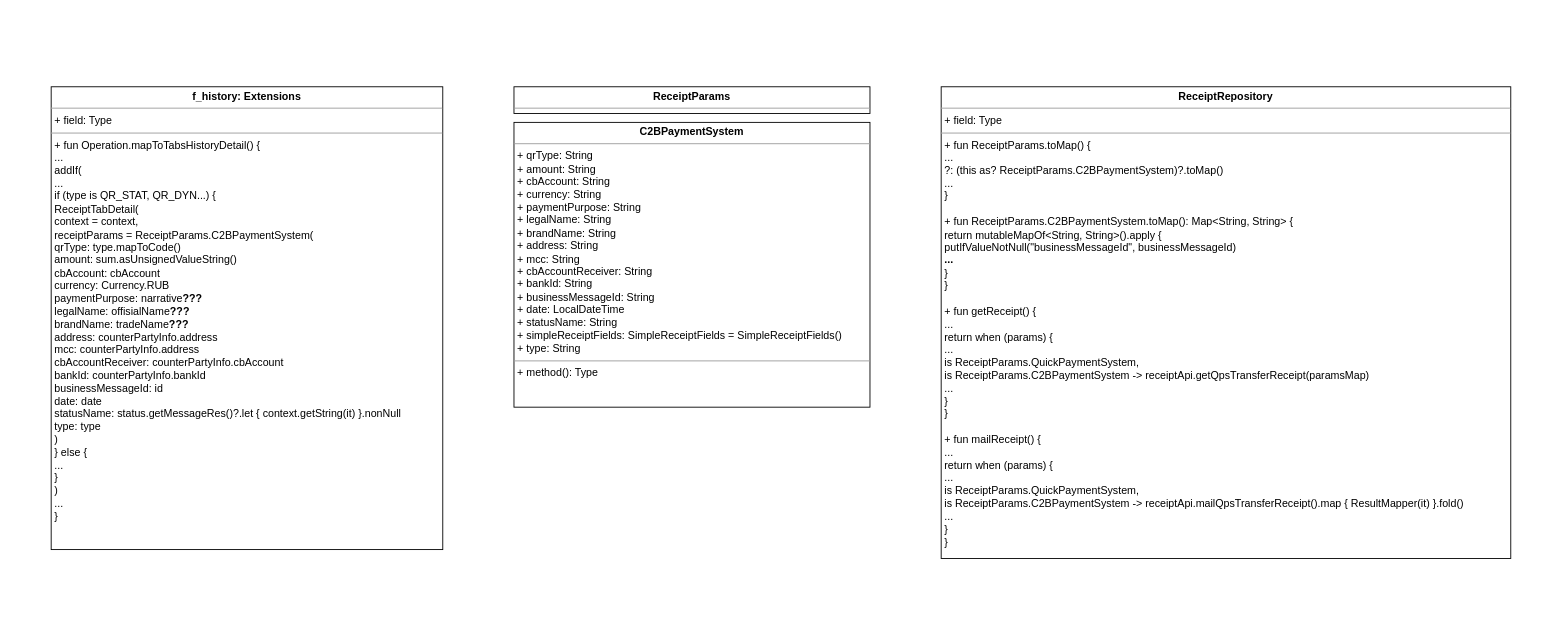
Above: UNI-15154.drawio in ShiryaevNikolay/diagrams (draw.io), before the change. Source tidied: cells renumbered, new cells numbered last; positions are measured from the earlier drawing's top-left corner, leaving out a move shared by most shapes. Both pictures are drawn from the tidied source at 89%, with x=0, y=0 at pixel (51, 86).
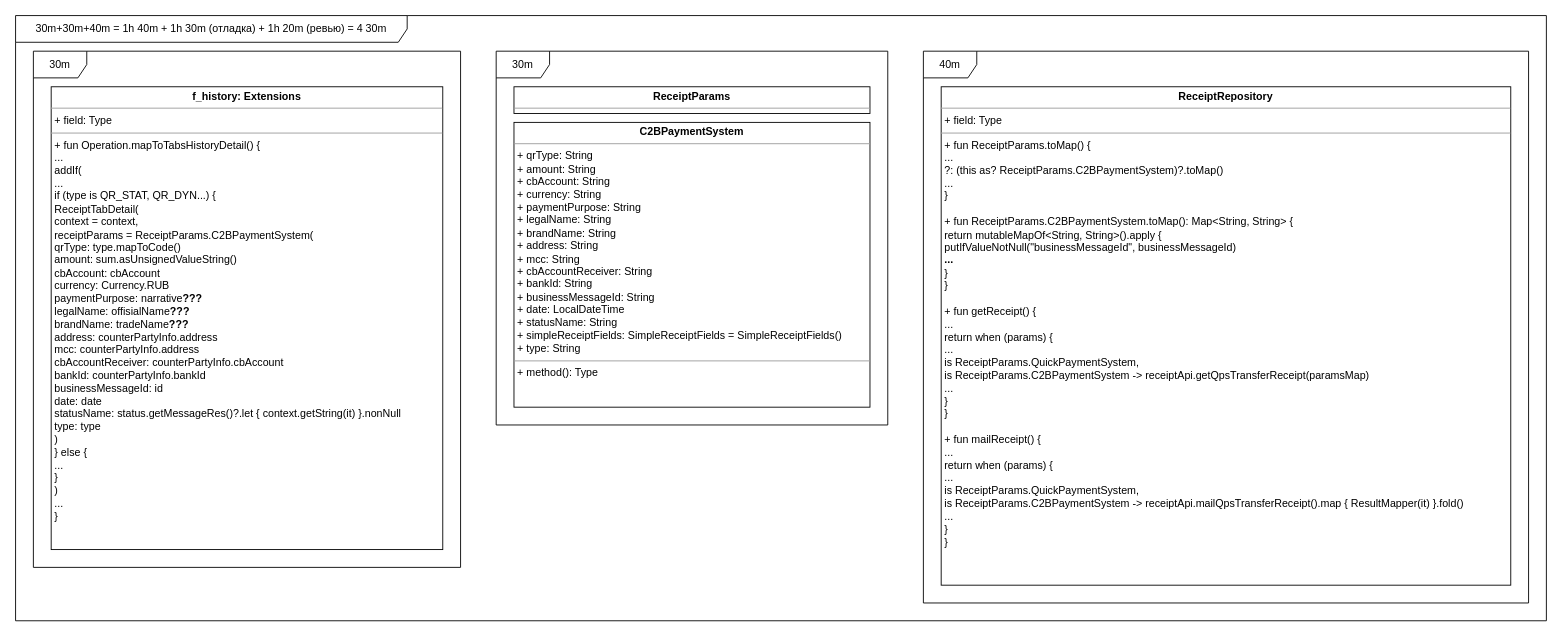
Above is the later version.

The edit, as a diff of the source:
```diff
@@
 <mxGraphModel>
   <root>
     <mxCell id="0" />
     <mxCell id="1" parent="0" />
     <mxCell id="2" value="&lt;p style=&quot;margin: 0px ; margin-top: 4px ; text-align: center&quot;&gt;&lt;b&gt;f_history: Extensions&lt;br&gt;&lt;/b&gt;&lt;/p&gt;&lt;hr size=&quot;1&quot;&gt;&lt;p style=&quot;margin: 0px ; margin-left: 4px&quot;&gt;+ field: Type&lt;/p&gt;&lt;hr size=&quot;1&quot;&gt;&lt;p style=&quot;margin: 0px ; margin-left: 4px&quot;&gt;+ fun Operation.mapToTabsHistoryDetail() {&lt;/p&gt;&lt;p style=&quot;margin: 0px ; margin-left: 4px&quot;&gt;...&lt;/p&gt;&lt;p style=&quot;margin: 0px ; margin-left: 4px&quot;&gt;addIf(&lt;/p&gt;&lt;p style=&quot;margin: 0px ; margin-left: 4px&quot;&gt;...&lt;/p&gt;&lt;p style=&quot;margin: 0px ; margin-left: 4px&quot;&gt;if (type is QR_STAT, QR_DYN...) {&lt;/p&gt;&lt;p style=&quot;margin: 0px ; margin-left: 4px&quot;&gt;ReceiptTabDetail(&lt;br&gt;context = context,&lt;br&gt;receiptParams = ReceiptParams.C2BPaymentSystem(&lt;br&gt;qrType: type.mapToCode()&lt;/p&gt;&lt;p style=&quot;margin: 0px ; margin-left: 4px&quot;&gt;amount: sum.asUnsignedValueString()&lt;/p&gt;&lt;p style=&quot;margin: 0px ; margin-left: 4px&quot;&gt;cbAccount: cbAccount&lt;/p&gt;&lt;p style=&quot;margin: 0px ; margin-left: 4px&quot;&gt;currency: Currency.RUB&lt;/p&gt;&lt;p style=&quot;margin: 0px ; margin-left: 4px&quot;&gt;paymentPurpose: narrative&lt;b&gt;???&lt;/b&gt;&lt;/p&gt;&lt;p style=&quot;margin: 0px ; margin-left: 4px&quot;&gt;legalName: offisialName&lt;b&gt;???&lt;/b&gt;&lt;/p&gt;&lt;p style=&quot;margin: 0px ; margin-left: 4px&quot;&gt;brandName: tradeName&lt;b&gt;???&lt;/b&gt;&lt;/p&gt;&lt;p style=&quot;margin: 0px ; margin-left: 4px&quot;&gt;address: counterPartyInfo.address&lt;/p&gt;&lt;p style=&quot;margin: 0px ; margin-left: 4px&quot;&gt;mcc: counterPartyInfo.address&lt;/p&gt;&lt;p style=&quot;margin: 0px ; margin-left: 4px&quot;&gt;cbAccountReceiver: counterPartyInfo.cbAccount&lt;/p&gt;&lt;p style=&quot;margin: 0px ; margin-left: 4px&quot;&gt;bankId: counterPartyInfo.bankId&lt;/p&gt;&lt;p style=&quot;margin: 0px ; margin-left: 4px&quot;&gt;businessMessageId: id&lt;/p&gt;&lt;p style=&quot;margin: 0px ; margin-left: 4px&quot;&gt;date: date&lt;/p&gt;&lt;p style=&quot;margin: 0px ; margin-left: 4px&quot;&gt;statusName: status.getMessageRes()?.let { context.getString(it) }.nonNull&lt;/p&gt;&lt;p style=&quot;margin: 0px ; margin-left: 4px&quot;&gt;type: type&lt;br&gt;&lt;/p&gt;&lt;p style=&quot;margin: 0px ; margin-left: 4px&quot;&gt;)&lt;br&gt;&lt;/p&gt;&lt;p style=&quot;margin: 0px ; margin-left: 4px&quot;&gt;} else {&lt;/p&gt;&lt;p style=&quot;margin: 0px ; margin-left: 4px&quot;&gt;...&lt;br&gt;&lt;/p&gt;&lt;p style=&quot;margin: 0px ; margin-left: 4px&quot;&gt;}&lt;br&gt;&lt;/p&gt;&lt;p style=&quot;margin: 0px ; margin-left: 4px&quot;&gt;)&lt;br&gt;&lt;/p&gt;&lt;p style=&quot;margin: 0px ; margin-left: 4px&quot;&gt;...&lt;br&gt;&lt;/p&gt;&lt;p style=&quot;margin: 0px ; margin-left: 4px&quot;&gt;}&lt;br&gt;&lt;/p&gt;" style="verticalAlign=top;align=left;overflow=fill;fontSize=12;fontFamily=Helvetica;html=1;" parent="1" vertex="1">
       <mxGeometry width="440" height="520" as="geometry" />
     </mxCell>
     <mxCell id="3" value="&lt;p style=&quot;margin: 0px ; margin-top: 4px ; text-align: center&quot;&gt;&lt;b&gt;ReceiptParams&lt;/b&gt;&lt;/p&gt;&lt;hr size=&quot;1&quot;&gt;&lt;p style=&quot;margin: 0px ; margin-left: 4px&quot;&gt;+ field: Type&lt;/p&gt;&lt;hr size=&quot;1&quot;&gt;&lt;p style=&quot;margin: 0px ; margin-left: 4px&quot;&gt;+ method(): Type&lt;/p&gt;" style="verticalAlign=top;align=left;overflow=fill;fontSize=12;fontFamily=Helvetica;html=1;" parent="1" vertex="1">
       <mxGeometry x="520" width="400" height="30" as="geometry" />
     </mxCell>
     <mxCell id="4" value="&lt;p style=&quot;margin: 0px ; margin-top: 4px ; text-align: center&quot;&gt;&lt;b&gt;C2BPaymentSystem&lt;/b&gt;&lt;/p&gt;&lt;hr size=&quot;1&quot;&gt;&lt;p style=&quot;margin: 0px ; margin-left: 4px&quot;&gt;+ qrType: String&lt;/p&gt;&lt;p style=&quot;margin: 0px ; margin-left: 4px&quot;&gt;+ amount: String&lt;/p&gt;&lt;p style=&quot;margin: 0px ; margin-left: 4px&quot;&gt;+ cbAccount: String&lt;/p&gt;&lt;p style=&quot;margin: 0px ; margin-left: 4px&quot;&gt;+ currency: String&lt;/p&gt;&lt;p style=&quot;margin: 0px ; margin-left: 4px&quot;&gt;+ paymentPurpose: String&lt;/p&gt;&lt;p style=&quot;margin: 0px ; margin-left: 4px&quot;&gt;+ legalName: String&lt;/p&gt;&lt;p style=&quot;margin: 0px ; margin-left: 4px&quot;&gt;+ brandName: String&lt;/p&gt;&lt;p style=&quot;margin: 0px ; margin-left: 4px&quot;&gt;+ address: String&lt;/p&gt;&lt;p style=&quot;margin: 0px ; margin-left: 4px&quot;&gt;+ mcc: String&lt;/p&gt;&lt;p style=&quot;margin: 0px ; margin-left: 4px&quot;&gt;+ cbAccountReceiver: String&lt;/p&gt;&lt;p style=&quot;margin: 0px ; margin-left: 4px&quot;&gt;+ bankId: String&lt;/p&gt;&lt;p style=&quot;margin: 0px ; margin-left: 4px&quot;&gt;+ businessMessageId: String&lt;/p&gt;&lt;p style=&quot;margin: 0px ; margin-left: 4px&quot;&gt;+ date: LocalDateTime&lt;/p&gt;&lt;p style=&quot;margin: 0px ; margin-left: 4px&quot;&gt;+ statusName: String&lt;/p&gt;&lt;p style=&quot;margin: 0px ; margin-left: 4px&quot;&gt;+ simpleReceiptFields: SimpleReceiptFields = SimpleReceiptFields()&lt;/p&gt;&lt;p style=&quot;margin: 0px ; margin-left: 4px&quot;&gt;+ type: String&lt;br&gt;&lt;/p&gt;&lt;hr size=&quot;1&quot;&gt;&lt;p style=&quot;margin: 0px ; margin-left: 4px&quot;&gt;+ method(): Type&lt;/p&gt;" style="verticalAlign=top;align=left;overflow=fill;fontSize=12;fontFamily=Helvetica;html=1;" parent="1" vertex="1">
       <mxGeometry x="520" y="40" width="400" height="320" as="geometry" />
     </mxCell>
     <mxCell id="5" value="&lt;p style=&quot;margin: 0px ; margin-top: 4px ; text-align: center&quot;&gt;&lt;b&gt;ReceiptRepository&lt;/b&gt;&lt;/p&gt;&lt;hr size=&quot;1&quot;&gt;&lt;p style=&quot;margin: 0px ; margin-left: 4px&quot;&gt;+ field: Type&lt;/p&gt;&lt;hr size=&quot;1&quot;&gt;&lt;p style=&quot;margin: 0px ; margin-left: 4px&quot;&gt;+ fun ReceiptParams.toMap() {&lt;/p&gt;&lt;p style=&quot;margin: 0px ; margin-left: 4px&quot;&gt;...&lt;/p&gt;&lt;p style=&quot;margin: 0px ; margin-left: 4px&quot;&gt;?: (this as? ReceiptParams.C2BPaymentSystem)?.toMap()&lt;br&gt;&lt;/p&gt;&lt;p style=&quot;margin: 0px ; margin-left: 4px&quot;&gt;...&lt;br&gt;&lt;/p&gt;&lt;p style=&quot;margin: 0px ; margin-left: 4px&quot;&gt;}&lt;/p&gt;&lt;p style=&quot;margin: 0px ; margin-left: 4px&quot;&gt;&lt;br&gt;&lt;/p&gt;&lt;p style=&quot;margin: 0px ; margin-left: 4px&quot;&gt;+ fun ReceiptParams.C2BPaymentSystem.toMap(): Map&amp;lt;String, String&amp;gt; {&lt;/p&gt;&lt;p style=&quot;margin: 0px ; margin-left: 4px&quot;&gt;return mutableMapOf&amp;lt;String, String&amp;gt;().apply {&lt;/p&gt;&lt;p style=&quot;margin: 0px ; margin-left: 4px&quot;&gt;putIfValueNotNull(&quot;businessMessageId&quot;, businessMessageId)&lt;/p&gt;&lt;p style=&quot;margin: 0px ; margin-left: 4px&quot;&gt;&lt;b&gt;...&lt;/b&gt;&lt;br&gt;&lt;/p&gt;&lt;p style=&quot;margin: 0px ; margin-left: 4px&quot;&gt;}&lt;br&gt;&lt;/p&gt;&lt;p style=&quot;margin: 0px ; margin-left: 4px&quot;&gt;}&lt;/p&gt;&lt;p style=&quot;margin: 0px ; margin-left: 4px&quot;&gt;&lt;br&gt;&lt;/p&gt;&lt;p style=&quot;margin: 0px ; margin-left: 4px&quot;&gt;+ fun getReceipt() {&lt;/p&gt;&lt;p style=&quot;margin: 0px ; margin-left: 4px&quot;&gt;...&lt;br&gt;&lt;/p&gt;&lt;p style=&quot;margin: 0px ; margin-left: 4px&quot;&gt;return when (params) {&lt;/p&gt;&lt;p style=&quot;margin: 0px ; margin-left: 4px&quot;&gt;...&lt;/p&gt;&lt;p style=&quot;margin: 0px ; margin-left: 4px&quot;&gt;is ReceiptParams.QuickPaymentSystem,&lt;/p&gt;&lt;p style=&quot;margin: 0px ; margin-left: 4px&quot;&gt;is ReceiptParams.C2BPaymentSystem -&amp;gt; receiptApi.getQpsTransferReceipt(paramsMap)&lt;/p&gt;&lt;p style=&quot;margin: 0px ; margin-left: 4px&quot;&gt;...&lt;br&gt;&lt;/p&gt;&lt;p style=&quot;margin: 0px ; margin-left: 4px&quot;&gt;}&lt;br&gt;&lt;/p&gt;&lt;p style=&quot;margin: 0px ; margin-left: 4px&quot;&gt;}&lt;/p&gt;&lt;p style=&quot;margin: 0px ; margin-left: 4px&quot;&gt;&lt;br&gt;&lt;/p&gt;&lt;p style=&quot;margin: 0px ; margin-left: 4px&quot;&gt;+ fun mailReceipt() {&lt;/p&gt;&lt;p style=&quot;margin: 0px ; margin-left: 4px&quot;&gt;...&lt;/p&gt;&lt;p style=&quot;margin: 0px ; margin-left: 4px&quot;&gt;return when (params) {&lt;/p&gt;&lt;p style=&quot;margin: 0px ; margin-left: 4px&quot;&gt;...&lt;/p&gt;&lt;p style=&quot;margin: 0px ; margin-left: 4px&quot;&gt;is ReceiptParams.QuickPaymentSystem,&lt;/p&gt;&lt;p style=&quot;margin: 0px ; margin-left: 4px&quot;&gt;is ReceiptParams.C2BPaymentSystem -&amp;gt; receiptApi.mailQpsTransferReceipt().map { ResultMapper(it) }.fold()&lt;br&gt;&lt;/p&gt;&lt;p style=&quot;margin: 0px ; margin-left: 4px&quot;&gt;...&lt;br&gt;&lt;/p&gt;&lt;p style=&quot;margin: 0px ; margin-left: 4px&quot;&gt;}&lt;br&gt;&lt;/p&gt;&lt;p style=&quot;margin: 0px ; margin-left: 4px&quot;&gt;}&lt;br&gt;&lt;/p&gt;" style="verticalAlign=top;align=left;overflow=fill;fontSize=12;fontFamily=Helvetica;html=1;" parent="1" vertex="1">
-      <mxGeometry x="1000" width="640" height="530" as="geometry" />
+      <mxGeometry x="1000" width="640" height="560" as="geometry" />
     </mxCell>
+    <mxCell id="6" value="30m" style="shape=umlFrame;whiteSpace=wrap;html=1;" parent="1" vertex="1">
+      <mxGeometry x="-20" y="-40" width="480" height="580" as="geometry" />
+    </mxCell>
+    <mxCell id="7" value="30m" style="shape=umlFrame;whiteSpace=wrap;html=1;" parent="1" vertex="1">
+      <mxGeometry x="500" y="-40" width="440" height="420" as="geometry" />
+    </mxCell>
+    <mxCell id="8" value="40m" style="shape=umlFrame;whiteSpace=wrap;html=1;" parent="1" vertex="1">
+      <mxGeometry x="980" y="-40" width="680" height="620" as="geometry" />
+    </mxCell>
+    <mxCell id="9" value="30m+30m+40m = 1h 40m + 1h 30m (отладка) + 1h 20m (ревью) = 4 30m" style="shape=umlFrame;whiteSpace=wrap;html=1;width=440;height=30;" parent="1" vertex="1">
+      <mxGeometry x="-40" y="-80" width="1720" height="680" as="geometry" />
+    </mxCell>
   </root>
 </mxGraphModel>
```
